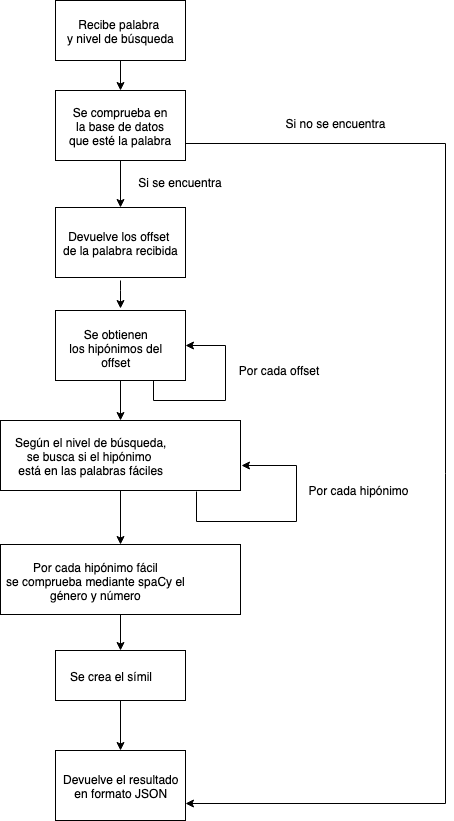
This is Memoria/Imagenes/Bitmap/Capitulo4/ServiciosWeb/DiagramaFlujoSimil.png from NILGroup/TFG-1819-Analogias, a draw.io export, as it was before one commit. Source tidied: cells renumbered, new cells last; positions are measured from the earlier drawing's top-left corner, leaving out a move shared by most shapes.
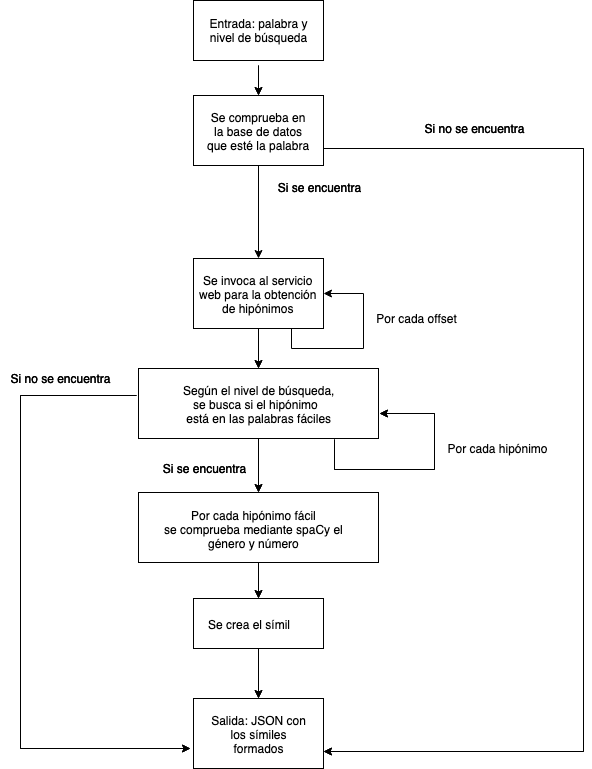
Later version of the same file.

What changed in the source:
```diff
@@ -2,123 +2,223 @@
   <root>
     <mxCell id="0" />
     <mxCell id="1" parent="0" />
-    <mxCell id="2" style="rounded=0;whiteSpace=wrap;html=1;" parent="1" vertex="1">
-      <mxGeometry x="55" width="130" height="60" as="geometry" />
-    </mxCell>
-    <mxCell id="3" style="edgeStyle=orthogonalEdgeStyle;rounded=0;jettySize=auto;html=1;entryX=0.5;entryY=0;entryDx=0;entryDy=0;exitX=0.5;exitY=1;exitDx=0;exitDy=0;" parent="1" edge="1" source="2" target="5">
-      <mxGeometry relative="1" as="geometry" />
-    </mxCell>
-    <mxCell id="4" value="Recibe palabra&amp;nbsp;&lt;br&gt;y nivel de búsqueda&lt;br&gt;" style="text;html=1;align=center;verticalAlign=top;spacingTop=-4;" parent="1" vertex="1">
-      <mxGeometry x="60" y="15" width="120" height="30" as="geometry" />
-    </mxCell>
-    <mxCell id="5" style="rounded=0;whiteSpace=wrap;html=1;" parent="1" vertex="1">
-      <mxGeometry x="55" y="90" width="130" height="70" as="geometry" />
-    </mxCell>
-    <mxCell id="6" style="edgeStyle=orthogonalEdgeStyle;rounded=0;jettySize=auto;html=1;entryX=0.5;entryY=0;entryDx=0;entryDy=0;" parent="1" edge="1" target="8">
-      <mxGeometry relative="1" as="geometry">
-        <mxPoint x="120" y="160" as="sourcePoint" />
-      </mxGeometry>
-    </mxCell>
-    <mxCell id="7" value="Se comprueba en&lt;br&gt;&amp;nbsp;la base de datos &lt;br&gt;que esté la palabra&lt;br&gt;" style="text;html=1;align=center;verticalAlign=top;spacingTop=-4;" parent="1" vertex="1">
-      <mxGeometry x="60" y="103" width="120" height="40" as="geometry" />
-    </mxCell>
-    <mxCell id="8" style="rounded=0;whiteSpace=wrap;html=1;" parent="1" vertex="1">
-      <mxGeometry x="55" y="207" width="130" height="70" as="geometry" />
-    </mxCell>
-    <mxCell id="9" style="edgeStyle=orthogonalEdgeStyle;rounded=0;orthogonalLoop=1;jettySize=auto;html=1;" parent="1" edge="1">
-      <mxGeometry relative="1" as="geometry">
-        <mxPoint x="120" y="280" as="sourcePoint" />
-        <mxPoint x="120" y="308" as="targetPoint" />
-        <Array as="points">
-          <mxPoint x="120" y="290" />
-          <mxPoint x="120" y="290" />
-        </Array>
-      </mxGeometry>
-    </mxCell>
-    <mxCell id="10" value="Devuelve los offset&amp;nbsp;&lt;br&gt;de la palabra recibida&lt;br&gt;" style="text;html=1;align=center;verticalAlign=top;spacingTop=-4;" parent="1" vertex="1">
-      <mxGeometry x="55" y="227" width="130" height="30" as="geometry" />
-    </mxCell>
-    <mxCell id="11" value="Si se encuentra" style="text;html=1;strokeColor=none;fillColor=none;align=center;verticalAlign=middle;whiteSpace=wrap;rounded=0;" parent="1" vertex="1">
-      <mxGeometry x="130" y="172" width="100" height="20" as="geometry" />
-    </mxCell>
-    <mxCell id="12" style="edgeStyle=orthogonalEdgeStyle;rounded=0;jettySize=auto;html=1;exitX=0.5;exitY=1;exitDx=0;exitDy=0;entryX=0.5;entryY=0;entryDx=0;entryDy=0;" parent="1" edge="1" source="13" target="18">
-      <mxGeometry relative="1" as="geometry" />
-    </mxCell>
-    <mxCell id="13" style="rounded=0;whiteSpace=wrap;html=1;" parent="1" vertex="1">
-      <mxGeometry x="55" y="310" width="130" height="70" as="geometry" />
-    </mxCell>
+    <mxCell id="32" style="rounded=0;whiteSpace=wrap;html=1;" parent="1" vertex="1">
+      <mxGeometry x="55" y="52" width="130" height="60" as="geometry" />
+    </mxCell>
+    <mxCell id="33" style="edgeStyle=orthogonalEdgeStyle;rounded=0;jettySize=auto;html=1;entryX=0.5;entryY=0;entryDx=0;entryDy=0;exitX=0.5;exitY=1;exitDx=0;exitDy=0;" parent="1" edge="1" target="34">
+      <mxGeometry relative="1" as="geometry">
+        <mxPoint x="120" y="117" as="sourcePoint" />
+      </mxGeometry>
+    </mxCell>
+    <mxCell id="34" style="rounded=0;whiteSpace=wrap;html=1;" parent="1" vertex="1">
+      <mxGeometry x="55" y="147" width="130" height="70" as="geometry" />
+    </mxCell>
+    <mxCell id="35" style="edgeStyle=orthogonalEdgeStyle;rounded=0;jettySize=auto;html=1;entryX=0.5;entryY=0;entryDx=0;entryDy=0;" parent="1" edge="1" target="64">
+      <mxGeometry relative="1" as="geometry">
+        <mxPoint x="120" y="217" as="sourcePoint" />
+      </mxGeometry>
+    </mxCell>
+    <mxCell id="36" value="Se comprueba en&lt;br&gt;&amp;nbsp;la base de datos &lt;br&gt;que esté la palabra&lt;br&gt;" style="text;html=1;align=center;verticalAlign=top;spacingTop=-4;" parent="1" vertex="1">
+      <mxGeometry x="60" y="160" width="120" height="40" as="geometry" />
+    </mxCell>
+    <mxCell id="37" value="Si se encuentra" style="text;html=1;strokeColor=none;fillColor=none;align=center;verticalAlign=middle;whiteSpace=wrap;rounded=0;" parent="1" vertex="1">
+      <mxGeometry x="130" y="229" width="100" height="20" as="geometry" />
+    </mxCell>
+    <mxCell id="38" style="edgeStyle=orthogonalEdgeStyle;rounded=0;jettySize=auto;html=1;exitX=0.5;exitY=1;exitDx=0;exitDy=0;entryX=0.5;entryY=0;entryDx=0;entryDy=0;" parent="1" edge="1" source="39" target="42">
+      <mxGeometry relative="1" as="geometry" />
+    </mxCell>
+    <mxCell id="39" style="rounded=0;whiteSpace=wrap;html=1;" parent="1" vertex="1">
+      <mxGeometry x="55" y="310" width="130" height="70" as="geometry" />
+    </mxCell>
     <mxCell id="14" value="Se obtienen&lt;br&gt;&amp;nbsp;los hipónimos del&amp;nbsp;&lt;br&gt;offset&lt;br&gt;" style="text;html=1;align=center;verticalAlign=top;spacingTop=-4;" parent="1" vertex="1">
       <mxGeometry x="60" y="325" width="110" height="40" as="geometry" />
     </mxCell>
-    <mxCell id="15" style="edgeStyle=orthogonalEdgeStyle;rounded=0;orthogonalLoop=1;jettySize=auto;html=1;exitX=0.75;exitY=1;exitDx=0;exitDy=0;entryX=1;entryY=0.5;entryDx=0;entryDy=0;" parent="1" edge="1" source="13" target="13">
-      <mxGeometry relative="1" as="geometry">
-        <Array as="points">
-          <mxPoint x="153" y="400" />
-          <mxPoint x="225" y="400" />
-          <mxPoint x="225" y="345" />
-        </Array>
-      </mxGeometry>
-    </mxCell>
+    <mxCell id="40" style="edgeStyle=orthogonalEdgeStyle;rounded=0;orthogonalLoop=1;jettySize=auto;html=1;exitX=0.75;exitY=1;exitDx=0;exitDy=0;entryX=1;entryY=0.5;entryDx=0;entryDy=0;" parent="1" edge="1" source="39" target="39">
+      <mxGeometry relative="1" as="geometry">
+        <Array as="points">
+          <mxPoint x="153" y="400" />
+          <mxPoint x="225" y="400" />
+          <mxPoint x="225" y="345" />
+        </Array>
+      </mxGeometry>
+    </mxCell>
     <mxCell id="16" value="Por cada offset" style="text;html=1;strokeColor=none;fillColor=none;align=center;verticalAlign=middle;whiteSpace=wrap;rounded=0;" parent="1" vertex="1">
       <mxGeometry x="228" y="360" width="100" height="20" as="geometry" />
     </mxCell>
-    <mxCell id="17" style="edgeStyle=orthogonalEdgeStyle;rounded=0;jettySize=auto;html=1;exitX=0.5;exitY=1;exitDx=0;exitDy=0;entryX=0.5;entryY=0;entryDx=0;entryDy=0;" parent="1" edge="1" source="18" target="27">
-      <mxGeometry relative="1" as="geometry" />
-    </mxCell>
-    <mxCell id="18" style="rounded=0;whiteSpace=wrap;html=1;" parent="1" vertex="1">
-      <mxGeometry y="420" width="240" height="70" as="geometry" />
-    </mxCell>
-    <mxCell id="19" style="rounded=0;whiteSpace=wrap;html=1;" parent="1" vertex="1">
-      <mxGeometry x="55" y="750" width="130" height="70" as="geometry" />
-    </mxCell>
+    <mxCell id="41" style="edgeStyle=orthogonalEdgeStyle;rounded=0;jettySize=auto;html=1;exitX=0.5;exitY=1;exitDx=0;exitDy=0;entryX=0.5;entryY=0;entryDx=0;entryDy=0;" parent="1" edge="1" source="42" target="48">
+      <mxGeometry relative="1" as="geometry" />
+    </mxCell>
+    <mxCell id="42" style="rounded=0;whiteSpace=wrap;html=1;" parent="1" vertex="1">
+      <mxGeometry y="420" width="240" height="70" as="geometry" />
+    </mxCell>
+    <mxCell id="43" style="rounded=0;whiteSpace=wrap;html=1;" parent="1" vertex="1">
+      <mxGeometry x="55" y="750" width="130" height="70" as="geometry" />
+    </mxCell>
     <mxCell id="20" value="Según el nivel de búsqueda,&lt;br&gt;se busca si el hipónimo &lt;br&gt;está en las palabras fáciles&lt;br&gt;" style="text;html=1;align=center;verticalAlign=top;spacingTop=-4;" parent="1" vertex="1">
       <mxGeometry x="5" y="433" width="170" height="40" as="geometry" />
     </mxCell>
-    <mxCell id="21" value="Devuelve el resultado&lt;br&gt;en formato JSON&lt;br&gt;" style="text;html=1;align=center;verticalAlign=top;spacingTop=-4;" parent="1" vertex="1">
-      <mxGeometry x="55" y="770" width="130" height="30" as="geometry" />
-    </mxCell>
     <mxCell id="22" value="Por cada&amp;nbsp;hipónimo" style="text;html=1;strokeColor=none;fillColor=none;align=center;verticalAlign=middle;whiteSpace=wrap;rounded=0;" parent="1" vertex="1">
-      <mxGeometry x="300" y="480" width="117" height="20" as="geometry" />
+      <mxGeometry x="300" y="490" width="117" height="20" as="geometry" />
     </mxCell>
-    <mxCell id="23" style="edgeStyle=orthogonalEdgeStyle;rounded=0;orthogonalLoop=1;jettySize=auto;html=1;entryX=1;entryY=0.629;entryDx=0;entryDy=0;entryPerimeter=0;" parent="1" edge="1">
-      <mxGeometry relative="1" as="geometry">
-        <mxPoint x="196" y="491" as="sourcePoint" />
-        <mxPoint x="241" y="465" as="targetPoint" />
-        <Array as="points">
-          <mxPoint x="195.5" y="521" />
-          <mxPoint x="295.5" y="521" />
-          <mxPoint x="295.5" y="465" />
-        </Array>
-      </mxGeometry>
-    </mxCell>
-    <mxCell id="24" style="edgeStyle=orthogonalEdgeStyle;rounded=0;jettySize=auto;html=1;exitX=1;exitY=0.75;exitDx=0;exitDy=0;entryX=1;entryY=0.75;entryDx=0;entryDy=0;" parent="1" edge="1" source="5" target="19">
-      <mxGeometry relative="1" as="geometry">
-        <Array as="points">
-          <mxPoint x="445" y="143" />
-          <mxPoint x="445" y="803" />
-        </Array>
-      </mxGeometry>
-    </mxCell>
-    <mxCell id="25" value="Si no se encuentra" style="text;html=1;strokeColor=none;fillColor=none;align=center;verticalAlign=middle;whiteSpace=wrap;rounded=0;" parent="1" vertex="1">
-      <mxGeometry x="278" y="113" width="115" height="20" as="geometry" />
-    </mxCell>
-    <mxCell id="26" style="edgeStyle=orthogonalEdgeStyle;rounded=0;jettySize=auto;html=1;exitX=0.5;exitY=1;exitDx=0;exitDy=0;entryX=0.5;entryY=0;entryDx=0;entryDy=0;" parent="1" edge="1" source="27" target="30">
-      <mxGeometry relative="1" as="geometry" />
-    </mxCell>
-    <mxCell id="27" style="rounded=0;whiteSpace=wrap;html=1;" parent="1" vertex="1">
-      <mxGeometry y="544" width="240" height="70" as="geometry" />
-    </mxCell>
-    <mxCell id="28" value="Por cada hipónimo fácil&lt;br&gt;se comprueba mediante spaCy el&lt;br&gt;género y número&lt;br&gt;" style="text;html=1;align=center;verticalAlign=top;spacingTop=-4;" parent="1" vertex="1">
-      <mxGeometry y="558" width="190" height="40" as="geometry" />
-    </mxCell>
-    <mxCell id="29" style="edgeStyle=orthogonalEdgeStyle;rounded=0;jettySize=auto;html=1;" parent="1" edge="1" source="30" target="19">
-      <mxGeometry relative="1" as="geometry" />
-    </mxCell>
-    <mxCell id="30" style="rounded=0;whiteSpace=wrap;html=1;" parent="1" vertex="1">
-      <mxGeometry x="55" y="650" width="130" height="50" as="geometry" />
-    </mxCell>
-    <mxCell id="31" value="Se crea el símil&lt;br&gt;" style="text;html=1;align=center;verticalAlign=top;spacingTop=-4;" parent="1" vertex="1">
-      <mxGeometry x="61" y="666.5" width="100" height="20" as="geometry" />
-    </mxCell>
+    <mxCell id="44" style="edgeStyle=orthogonalEdgeStyle;rounded=0;orthogonalLoop=1;jettySize=auto;html=1;entryX=1;entryY=0.629;entryDx=0;entryDy=0;entryPerimeter=0;" parent="1" edge="1">
+      <mxGeometry relative="1" as="geometry">
+        <mxPoint x="196" y="491" as="sourcePoint" />
+        <mxPoint x="241" y="465" as="targetPoint" />
+        <Array as="points">
+          <mxPoint x="195.5" y="521" />
+          <mxPoint x="295.5" y="521" />
+          <mxPoint x="295.5" y="465" />
+        </Array>
+      </mxGeometry>
+    </mxCell>
+    <mxCell id="45" style="edgeStyle=orthogonalEdgeStyle;rounded=0;jettySize=auto;html=1;exitX=1;exitY=0.75;exitDx=0;exitDy=0;entryX=1;entryY=0.75;entryDx=0;entryDy=0;" parent="1" edge="1" source="34" target="43">
+      <mxGeometry relative="1" as="geometry">
+        <Array as="points">
+          <mxPoint x="445" y="200" />
+          <mxPoint x="445" y="803" />
+        </Array>
+      </mxGeometry>
+    </mxCell>
+    <mxCell id="46" value="Si no se encuentra" style="text;html=1;strokeColor=none;fillColor=none;align=center;verticalAlign=middle;whiteSpace=wrap;rounded=0;" parent="1" vertex="1">
+      <mxGeometry x="278" y="170" width="115" height="20" as="geometry" />
+    </mxCell>
+    <mxCell id="47" style="edgeStyle=orthogonalEdgeStyle;rounded=0;jettySize=auto;html=1;exitX=0.5;exitY=1;exitDx=0;exitDy=0;entryX=0.5;entryY=0;entryDx=0;entryDy=0;" parent="1" edge="1" source="48" target="51">
+      <mxGeometry relative="1" as="geometry" />
+    </mxCell>
+    <mxCell id="48" style="rounded=0;whiteSpace=wrap;html=1;" parent="1" vertex="1">
+      <mxGeometry y="544" width="240" height="70" as="geometry" />
+    </mxCell>
+    <mxCell id="49" value="Por cada hipónimo fácil&lt;br&gt;se comprueba mediante spaCy el&lt;br&gt;género y número&lt;br&gt;" style="text;html=1;align=center;verticalAlign=top;spacingTop=-4;" parent="1" vertex="1">
+      <mxGeometry y="558" width="190" height="40" as="geometry" />
+    </mxCell>
+    <mxCell id="50" style="edgeStyle=orthogonalEdgeStyle;rounded=0;jettySize=auto;html=1;" parent="1" edge="1" source="51" target="43">
+      <mxGeometry relative="1" as="geometry" />
+    </mxCell>
+    <mxCell id="51" style="rounded=0;whiteSpace=wrap;html=1;" parent="1" vertex="1">
+      <mxGeometry x="55" y="650" width="130" height="50" as="geometry" />
+    </mxCell>
+    <mxCell id="52" value="Se crea el símil&lt;br&gt;" style="text;html=1;align=center;verticalAlign=top;spacingTop=-4;" parent="1" vertex="1">
+      <mxGeometry x="61" y="666.5" width="100" height="20" as="geometry" />
+    </mxCell>
+    <mxCell id="53" value="Entrada: palabra y nivel de búsqueda" style="text;html=1;strokeColor=none;fillColor=none;align=center;verticalAlign=middle;whiteSpace=wrap;rounded=0;" parent="1" vertex="1">
+      <mxGeometry x="70" y="62" width="100" height="50" as="geometry" />
+    </mxCell>
+    <mxCell id="54" value="Si se encuentra" style="text;html=1;strokeColor=none;fillColor=none;align=center;verticalAlign=middle;whiteSpace=wrap;rounded=0;" parent="1" vertex="1">
+      <mxGeometry x="15" y="510" width="100" height="20" as="geometry" />
+    </mxCell>
+    <mxCell id="55" style="endArrow=classic;html=1;entryX=-0.023;entryY=1;entryDx=0;entryDy=0;entryPerimeter=0;exitX=-0.008;exitY=0.386;exitDx=0;exitDy=0;exitPerimeter=0;rounded=0;" parent="1" edge="1" source="42">
+      <mxGeometry relative="1" as="geometry">
+        <mxPoint x="52" y="800" as="targetPoint" />
+        <Array as="points">
+          <mxPoint x="-118" y="447" />
+          <mxPoint x="-118" y="800" />
+        </Array>
+      </mxGeometry>
+    </mxCell>
+    <mxCell id="56" value="Si no se encuentra" style="text;html=1;strokeColor=none;fillColor=none;align=center;verticalAlign=middle;whiteSpace=wrap;rounded=0;" parent="1" vertex="1">
+      <mxGeometry x="-138" y="420" width="120" height="20" as="geometry" />
+    </mxCell>
+    <mxCell id="57" value="Salida: JSON con los símiles formados" style="text;html=1;strokeColor=none;fillColor=none;align=center;verticalAlign=middle;whiteSpace=wrap;rounded=0;" parent="1" vertex="1">
+      <mxGeometry x="65" y="755" width="110" height="60" as="geometry" />
+    </mxCell>
+    <mxCell id="58" style="rounded=0;whiteSpace=wrap;html=1;" parent="1" vertex="1">
+      <mxGeometry x="55" y="52" width="130" height="60" as="geometry" />
+    </mxCell>
+    <mxCell id="59" style="edgeStyle=orthogonalEdgeStyle;rounded=0;jettySize=auto;html=1;entryX=0.5;entryY=0;entryDx=0;entryDy=0;exitX=0.5;exitY=1;exitDx=0;exitDy=0;" parent="1" edge="1" target="60">
+      <mxGeometry relative="1" as="geometry">
+        <mxPoint x="120" y="117" as="sourcePoint" />
+      </mxGeometry>
+    </mxCell>
+    <mxCell id="60" style="rounded=0;whiteSpace=wrap;html=1;" parent="1" vertex="1">
+      <mxGeometry x="55" y="147" width="130" height="70" as="geometry" />
+    </mxCell>
+    <mxCell id="61" value="Se comprueba en&lt;br&gt;&amp;nbsp;la base de datos &lt;br&gt;que esté la palabra&lt;br&gt;" style="text;html=1;align=center;verticalAlign=top;spacingTop=-4;" parent="1" vertex="1">
+      <mxGeometry x="60" y="160" width="120" height="40" as="geometry" />
+    </mxCell>
+    <mxCell id="62" value="Si se encuentra" style="text;html=1;strokeColor=none;fillColor=none;align=center;verticalAlign=middle;whiteSpace=wrap;rounded=0;" parent="1" vertex="1">
+      <mxGeometry x="130" y="229" width="100" height="20" as="geometry" />
+    </mxCell>
+    <mxCell id="63" style="edgeStyle=orthogonalEdgeStyle;rounded=0;jettySize=auto;html=1;exitX=0.5;exitY=1;exitDx=0;exitDy=0;entryX=0.5;entryY=0;entryDx=0;entryDy=0;" parent="1" edge="1" source="64" target="67">
+      <mxGeometry relative="1" as="geometry" />
+    </mxCell>
+    <mxCell id="64" style="rounded=0;whiteSpace=wrap;html=1;" parent="1" vertex="1">
+      <mxGeometry x="55" y="310" width="130" height="70" as="geometry" />
+    </mxCell>
+    <mxCell id="65" value="Se invoca al servicio&lt;br&gt;web para la obtención&lt;br&gt;de hipónimos&lt;br&gt;" style="text;html=1;align=center;verticalAlign=top;spacingTop=-4;" parent="1" vertex="1">
+      <mxGeometry x="55" y="323" width="130" height="40" as="geometry" />
+    </mxCell>
+    <mxCell id="66" style="edgeStyle=orthogonalEdgeStyle;rounded=0;jettySize=auto;html=1;exitX=0.5;exitY=1;exitDx=0;exitDy=0;entryX=0.5;entryY=0;entryDx=0;entryDy=0;" parent="1" edge="1" source="67" target="74">
+      <mxGeometry relative="1" as="geometry" />
+    </mxCell>
+    <mxCell id="67" style="rounded=0;whiteSpace=wrap;html=1;" parent="1" vertex="1">
+      <mxGeometry y="420" width="240" height="70" as="geometry" />
+    </mxCell>
+    <mxCell id="68" style="rounded=0;whiteSpace=wrap;html=1;" parent="1" vertex="1">
+      <mxGeometry x="55" y="750" width="130" height="70" as="geometry" />
+    </mxCell>
+    <mxCell id="69" value="Según el nivel de búsqueda,&lt;br&gt;se busca si el hipónimo&amp;nbsp;&amp;nbsp;&lt;br&gt;está en las palabras fáciles&lt;br&gt;" style="text;html=1;align=center;verticalAlign=top;spacingTop=-4;" parent="1" vertex="1">
+      <mxGeometry x="35" y="433" width="170" height="40" as="geometry" />
+    </mxCell>
+    <mxCell id="70" style="edgeStyle=orthogonalEdgeStyle;rounded=0;orthogonalLoop=1;jettySize=auto;html=1;entryX=1;entryY=0.629;entryDx=0;entryDy=0;entryPerimeter=0;" parent="1" edge="1">
+      <mxGeometry relative="1" as="geometry">
+        <mxPoint x="196" y="491" as="sourcePoint" />
+        <mxPoint x="241" y="465" as="targetPoint" />
+        <Array as="points">
+          <mxPoint x="195.5" y="521" />
+          <mxPoint x="295.5" y="521" />
+          <mxPoint x="295.5" y="465" />
+        </Array>
+      </mxGeometry>
+    </mxCell>
+    <mxCell id="71" style="edgeStyle=orthogonalEdgeStyle;rounded=0;jettySize=auto;html=1;exitX=1;exitY=0.75;exitDx=0;exitDy=0;entryX=1;entryY=0.75;entryDx=0;entryDy=0;" parent="1" edge="1" source="60" target="68">
+      <mxGeometry relative="1" as="geometry">
+        <Array as="points">
+          <mxPoint x="445" y="200" />
+          <mxPoint x="445" y="803" />
+        </Array>
+      </mxGeometry>
+    </mxCell>
+    <mxCell id="72" value="Si no se encuentra" style="text;html=1;strokeColor=none;fillColor=none;align=center;verticalAlign=middle;whiteSpace=wrap;rounded=0;" parent="1" vertex="1">
+      <mxGeometry x="278" y="170" width="115" height="20" as="geometry" />
+    </mxCell>
+    <mxCell id="73" style="edgeStyle=orthogonalEdgeStyle;rounded=0;jettySize=auto;html=1;exitX=0.5;exitY=1;exitDx=0;exitDy=0;entryX=0.5;entryY=0;entryDx=0;entryDy=0;" parent="1" edge="1" source="74" target="77">
+      <mxGeometry relative="1" as="geometry" />
+    </mxCell>
+    <mxCell id="74" style="rounded=0;whiteSpace=wrap;html=1;" parent="1" vertex="1">
+      <mxGeometry y="544" width="240" height="70" as="geometry" />
+    </mxCell>
+    <mxCell id="75" value="Por cada hipónimo fácil&lt;br&gt;se comprueba mediante spaCy el&lt;br&gt;género y número&lt;br&gt;" style="text;html=1;align=center;verticalAlign=top;spacingTop=-4;" parent="1" vertex="1">
+      <mxGeometry x="20" y="558" width="190" height="40" as="geometry" />
+    </mxCell>
+    <mxCell id="76" style="edgeStyle=orthogonalEdgeStyle;rounded=0;jettySize=auto;html=1;" parent="1" edge="1" source="77" target="68">
+      <mxGeometry relative="1" as="geometry" />
+    </mxCell>
+    <mxCell id="77" style="rounded=0;whiteSpace=wrap;html=1;" parent="1" vertex="1">
+      <mxGeometry x="55" y="650" width="130" height="50" as="geometry" />
+    </mxCell>
+    <mxCell id="78" value="Se crea el símil&lt;br&gt;" style="text;html=1;align=center;verticalAlign=top;spacingTop=-4;" parent="1" vertex="1">
+      <mxGeometry x="61" y="666.5" width="100" height="20" as="geometry" />
+    </mxCell>
+    <mxCell id="79" value="Entrada: palabra y nivel de búsqueda" style="text;html=1;strokeColor=none;fillColor=none;align=center;verticalAlign=middle;whiteSpace=wrap;rounded=0;" parent="1" vertex="1">
+      <mxGeometry x="70" y="57" width="100" height="50" as="geometry" />
+    </mxCell>
+    <mxCell id="80" value="Si se encuentra" style="text;html=1;strokeColor=none;fillColor=none;align=center;verticalAlign=middle;whiteSpace=wrap;rounded=0;" parent="1" vertex="1">
+      <mxGeometry x="15" y="510" width="100" height="20" as="geometry" />
+    </mxCell>
+    <mxCell id="81" style="endArrow=classic;html=1;entryX=-0.023;entryY=1;entryDx=0;entryDy=0;entryPerimeter=0;exitX=-0.008;exitY=0.386;exitDx=0;exitDy=0;exitPerimeter=0;rounded=0;" parent="1" edge="1" source="67">
+      <mxGeometry relative="1" as="geometry">
+        <mxPoint x="52" y="800" as="targetPoint" />
+        <Array as="points">
+          <mxPoint x="-118" y="447" />
+          <mxPoint x="-118" y="800" />
+        </Array>
+      </mxGeometry>
+    </mxCell>
+    <mxCell id="82" value="Si no se encuentra" style="text;html=1;strokeColor=none;fillColor=none;align=center;verticalAlign=middle;whiteSpace=wrap;rounded=0;" parent="1" vertex="1">
+      <mxGeometry x="-138" y="420" width="120" height="20" as="geometry" />
+    </mxCell>
+    <mxCell id="83" value="Salida: JSON con los símiles formados" style="text;html=1;strokeColor=none;fillColor=none;align=center;verticalAlign=middle;whiteSpace=wrap;rounded=0;" parent="1" vertex="1">
+      <mxGeometry x="65" y="755" width="110" height="60" as="geometry" />
+    </mxCell>
   </root>
 </mxGraphModel>
```
